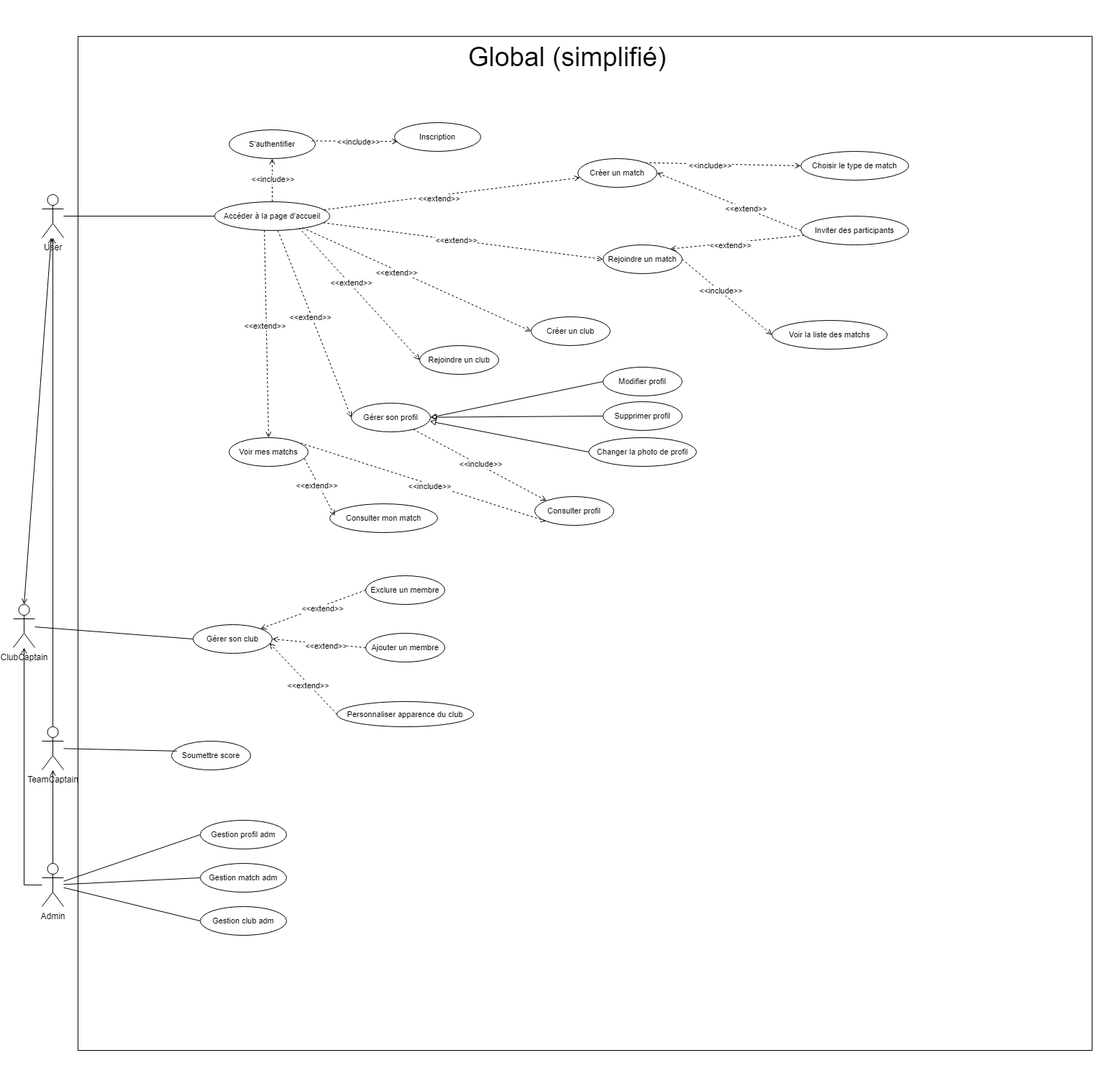
Mathistrg/Styx keeps this draw.io diagram as Diagram use case Global simplifié.drawio.png. Above is the earlier version. Source tidied: cells renumbered, new cells last; positions are measured from the earlier drawing's top-left corner, leaving out a move shared by most shapes.
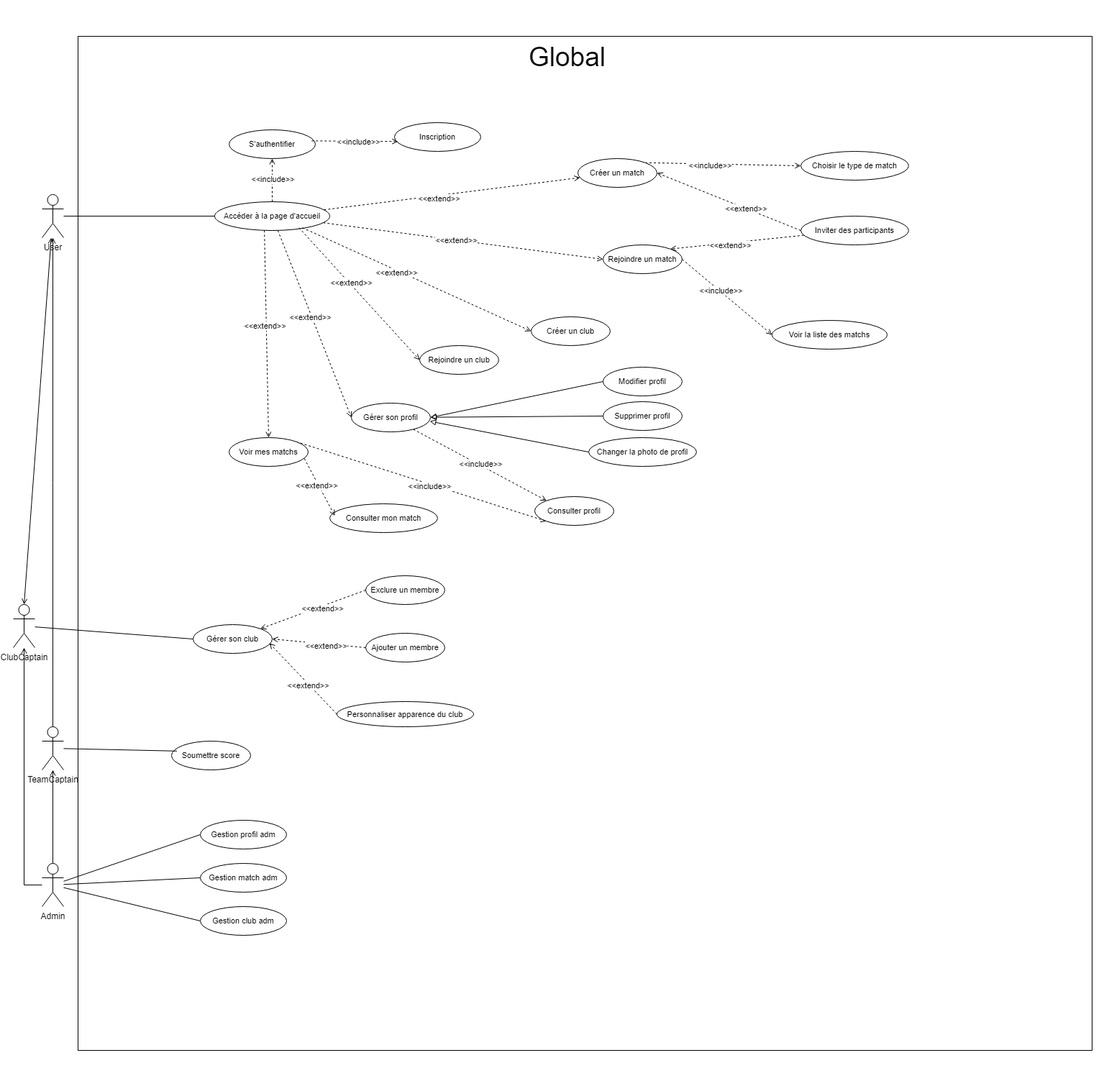
After the change.

Commit message:
Mettre à jour Diagram use case Global simplifié.drawio.png

The edit, as a diff of the source:
```diff
@@ -8,8 +8,8 @@
     <mxCell id="3" style="whiteSpace=wrap;html=1;" parent="1" vertex="1">
       <mxGeometry x="90" y="50" width="1410" height="1410" as="geometry" />
     </mxCell>
-    <mxCell id="4" value="&lt;font style=&quot;font-size: 37px;&quot;&gt;Global (simplifié)&lt;/font&gt;" style="text;html=1;align=center;verticalAlign=middle;strokeColor=none;fillColor=none;" parent="1" vertex="1">
-      <mxGeometry x="620" y="50" width="300" height="60" as="geometry" />
+    <mxCell id="4" value="&lt;font style=&quot;font-size: 37px;&quot;&gt;Global&lt;/font&gt;" style="text;html=1;align=center;verticalAlign=middle;strokeColor=none;fillColor=none;" parent="1" vertex="1">
+      <mxGeometry x="705" y="50" width="130" height="60" as="geometry" />
     </mxCell>
     <mxCell id="5" style="rounded=0;jettySize=auto;html=1;endArrow=open;endFill=0;entryX=0.5;entryY=0;entryDx=0;entryDy=0;entryPerimeter=0;startArrow=open;startFill=0;" parent="1" edge="1" source="7" target="9">
       <mxGeometry relative="1" as="geometry" />
```
